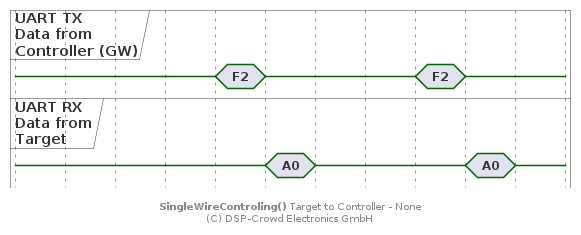
Above: doc/system/protocol/A0_swt-target-to-ctrl_none.png in NoOrientationProgramming/code-orb (PlantUML), before the change.
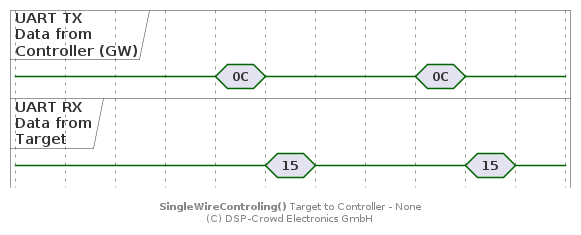
Later version of the same file.

What changed in the source:
```diff
@@ -14,21 +14,21 @@
 tar is {-}
 
 @+20
-ctrl is "F2"
+ctrl is "0C"
 
 @+20
 ctrl is {-}
-tar is "A0"
+tar is "15"
 
 @+20
 tar is {-}
 
 @+40
-ctrl is "F2"
+ctrl is "0C"
 
 @+20
 ctrl is {-}
-tar is "A0"
+tar is "15"
 
 @+20
 tar is {-}
```
